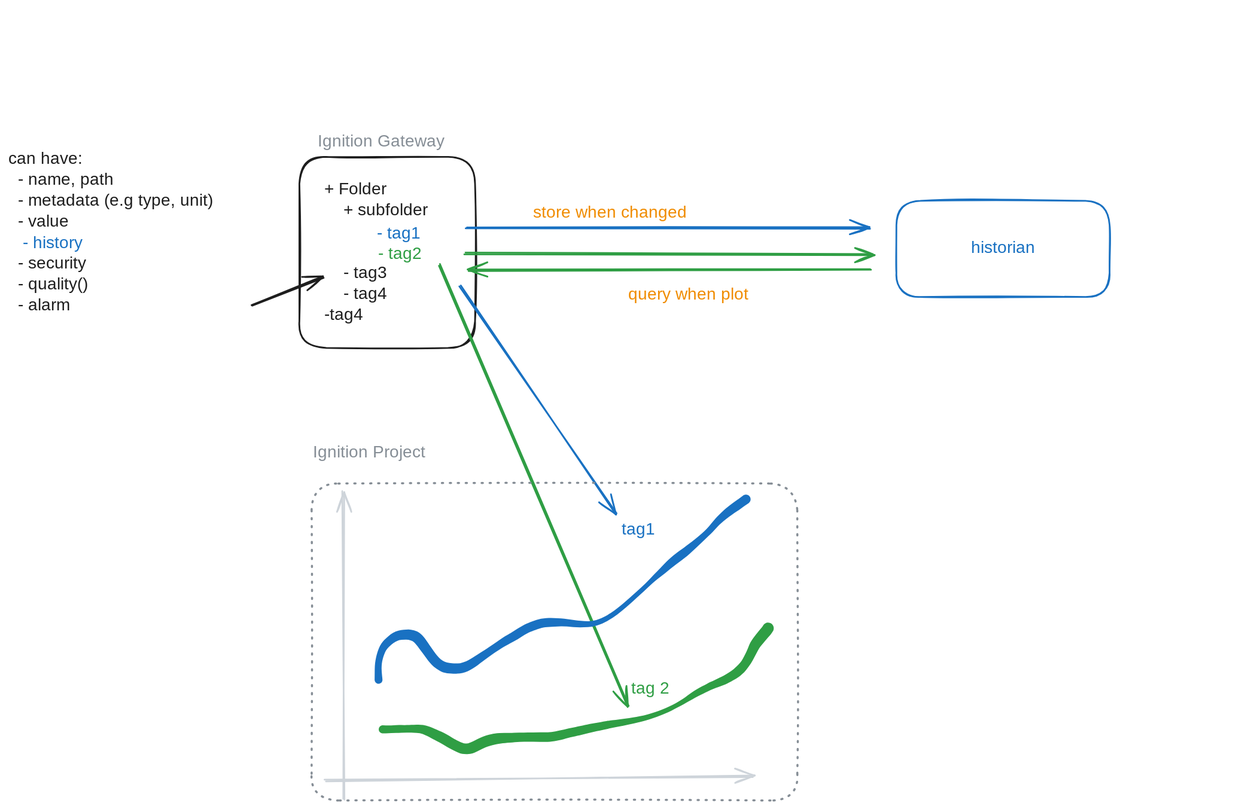
Mustry-Solutions/factry-historian-ignition-module keeps this Excalidraw diagram as docs/tags.excalidraw.svg. Above is the earlier version. Source tidied: one line per element, renumbered; positions are measured from the earlier drawing's top-left corner, leaving out a move shared by most shapes.
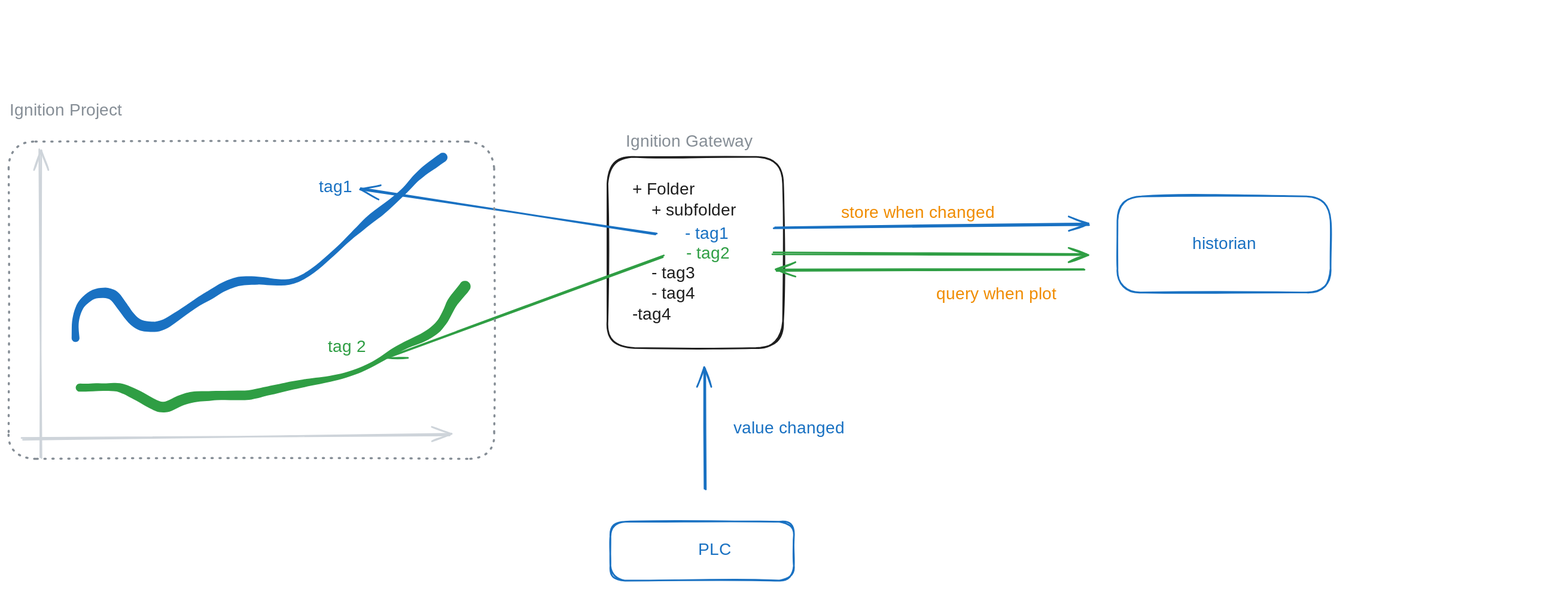
The same diagram one commit later.

The edit, as a diff of the source:
```diff
@@ -1,25 +1,26 @@
 {"id": 0, "type": "rectangle", "strokeColor": "#1e1e1e", "strokeWidth": 2, "roughness": 1, "round": true, "x": 347, "y": 30, "width": 210, "height": 228}
 {"id": 1, "type": "text", "text": "+ Folder\n    + subfolder\n\n\n    - tag3\n    - tag4\n-tag4", "strokeColor": "#1e1e1e", "strokeWidth": 2, "roughness": 1, "fontSize": 20, "fontFamily": 5, "x": 377, "y": 57, "width": 141, "height": 175}
-{"id": 2, "type": "arrow", "strokeColor": "#1e1e1e", "strokeWidth": 2, "roughness": 1, "endArrowhead": "arrow", "round": true, "from": 3, "to": 1, "x": 290, "y": 207, "width": 86, "height": 33, "points": [[0, 0], [86, -33]]}
-{"id": 3, "type": "text", "text": "can have:\n  - name, path\n  - metadata (e.g type, unit)\n  - value\n  \n  - security\n  - quality()\n  - alarm\n", "strokeColor": "#1e1e1e", "strokeWidth": 2, "roughness": 1, "fontSize": 20, "fontFamily": 5, "x": 0, "y": 21, "width": 279, "height": 225}
-{"id": 4, "type": "text", "text": "- history", "strokeColor": "#1971c2", "strokeWidth": 2, "roughness": 1, "fontSize": 20, "fontFamily": 5, "x": 17, "y": 121, "width": 85, "height": 25}
-{"id": 5, "type": "arrow", "strokeColor": "#1971c2", "strokeWidth": 2, "roughness": 1, "endArrowhead": "arrow", "round": true, "from": 1, "x": 547, "y": 115, "width": 481, "height": 0, "points": [[0, 0], [481, 0]]}
+{"id": 5, "type": "arrow", "strokeColor": "#1971c2", "strokeWidth": 2, "roughness": 1, "endArrowhead": "arrow", "round": true, "from": 1, "x": 547, "y": 115, "width": 375, "height": 4, "points": [[0, 0], [375, -4]]}
 {"id": 6, "type": "text", "text": "store when changed", "strokeColor": "#f08c00", "strokeWidth": 2, "roughness": 1, "fontSize": 20, "fontFamily": 5, "x": 627, "y": 85, "width": 192, "height": 25}
-{"id": 7, "type": "rectangle", "strokeColor": "#1971c2", "strokeWidth": 2, "roughness": 1, "round": true, "x": 1060, "y": 82, "width": 255, "height": 115}
+{"id": 7, "type": "rectangle", "strokeColor": "#1971c2", "strokeWidth": 2, "roughness": 1, "round": true, "x": 957, "y": 77, "width": 255, "height": 115}
-{"id": 8, "type": "text", "text": "historian", "strokeColor": "#1971c2", "strokeWidth": 2, "roughness": 1, "fontSize": 20, "fontFamily": 5, "textAlign": "center", "verticalAlign": "middle", "inside": 7, "x": 1145, "y": 127, "width": 86, "height": 25}
+{"id": 8, "type": "text", "text": "historian", "strokeColor": "#1971c2", "strokeWidth": 2, "roughness": 1, "fontSize": 20, "fontFamily": 5, "textAlign": "center", "verticalAlign": "middle", "inside": 7, "x": 1041, "y": 122, "width": 86, "height": 25}
-{"id": 9, "type": "arrow", "strokeColor": "#1971c2", "strokeWidth": 2, "roughness": 1, "endArrowhead": "arrow", "round": true, "from": 1, "to": 19, "x": 539, "y": 185, "width": 186, "height": 271, "points": [[0, 0], [186, 271]]}
+{"id": 9, "type": "arrow", "strokeColor": "#1971c2", "strokeWidth": 2, "roughness": 1, "endArrowhead": "arrow", "round": true, "from": 1, "to": 19, "x": 405, "y": 123, "width": 353, "height": 55, "points": [[0, 0], [-353, -55]]}
-{"id": 10, "type": "arrow", "strokeColor": "#2f9e44", "strokeWidth": 2, "roughness": 1, "endArrowhead": "arrow", "round": true, "from": 15, "x": 515, "y": 159, "width": 226, "height": 528, "points": [[0, 0], [226, 528]]}
+{"id": 10, "type": "arrow", "strokeColor": "#2f9e44", "strokeWidth": 2, "roughness": 1, "endArrowhead": "arrow", "round": true, "to": 20, "x": 414, "y": 148, "width": 328, "height": 121, "points": [[0, 0], [-328, 121]]}
-{"id": 11, "type": "arrow", "strokeColor": "#2f9e44", "strokeWidth": 2, "roughness": 1, "endArrowhead": "arrow", "round": true, "from": 1, "x": 546, "y": 145, "width": 487, "height": 2, "points": [[0, 0], [487, 2]]}
+{"id": 11, "type": "arrow", "strokeColor": "#2f9e44", "strokeWidth": 2, "roughness": 1, "endArrowhead": "arrow", "round": true, "from": 1, "x": 546, "y": 145, "width": 374, "height": 2, "points": [[0, 0], [374, 2]]}
-{"id": 12, "type": "arrow", "strokeColor": "#2f9e44", "strokeWidth": 2, "roughness": 1, "endArrowhead": "arrow", "round": true, "to": 1, "x": 1029, "y": 164, "width": 480, "height": 2, "points": [[0, 0], [-480, 2]]}
+{"id": 12, "type": "arrow", "strokeColor": "#2f9e44", "strokeWidth": 2, "roughness": 1, "endArrowhead": "arrow", "round": true, "from": 13, "to": 1, "x": 917, "y": 164, "width": 367, "height": 2, "points": [[0, 0], [-367, 2]]}
 {"id": 13, "type": "text", "text": "query when plot", "strokeColor": "#f08c00", "strokeWidth": 2, "roughness": 1, "fontSize": 20, "fontFamily": 5, "x": 740, "y": 182, "width": 252, "height": 25}
 {"id": 14, "type": "text", "text": "- tag1", "strokeColor": "#1971c2", "strokeWidth": 2, "roughness": 1, "fontSize": 20, "fontFamily": 5, "x": 440, "y": 110, "width": 58, "height": 25}
 {"id": 15, "type": "text", "text": "- tag2", "strokeColor": "#2f9e44", "strokeWidth": 2, "roughness": 1, "fontSize": 20, "fontFamily": 5, "x": 442, "y": 134, "width": 64, "height": 25}
-{"id": 16, "type": "arrow", "strokeColor": "#ced4da", "strokeWidth": 2, "roughness": 1, "endArrowhead": "arrow", "round": true, "x": 401, "y": 798, "width": 2, "height": 368, "points": [[0, 0], [-2, -368]]}
+{"id": 16, "type": "arrow", "strokeColor": "#ced4da", "strokeWidth": 2, "roughness": 1, "endArrowhead": "arrow", "round": true, "x": -329, "y": 389, "width": 2, "height": 368, "points": [[0, 0], [-2, -368]]}
-{"id": 17, "type": "arrow", "strokeColor": "#ced4da", "strokeWidth": 2, "roughness": 1, "endArrowhead": "arrow", "round": true, "x": 378, "y": 775, "width": 511, "height": 5, "points": [[0, 0], [511, -5]]}
+{"id": 17, "type": "arrow", "strokeColor": "#ced4da", "strokeWidth": 2, "roughness": 1, "endArrowhead": "arrow", "round": true, "x": -352, "y": 366, "width": 511, "height": 5, "points": [[0, 0], [511, -5]]}
-{"id": 18, "type": "freedraw", "strokeColor": "#1971c2", "strokeWidth": 2, "roughness": 1, "x": 442, "y": 655, "width": 440, "height": 217, "points": [[0, 0], [-1, -9], [3, -34], [14, -48], [24, -53], [35, -54], [46, -51], [56, -37], [67, -22], [78, -15], [95, -13], [117, -23], [139, -38], [154, -48], [172, -59], [189, -66], [211, -69], [242, -66], [286, -81], [320, -112], [337, -128], [349, -140], [363, -151], [388, -171], [405, -189], [417, -201], [430, -209], [439, -216]]}
+{"id": 18, "type": "freedraw", "strokeColor": "#1971c2", "strokeWidth": 2, "roughness": 1, "x": -288, "y": 246, "width": 440, "height": 217, "points": [[0, 0], [-1, -9], [3, -34], [14, -48], [24, -53], [35, -54], [46, -51], [56, -37], [67, -22], [78, -15], [95, -13], [117, -23], [139, -38], [154, -48], [172, -59], [189, -66], [211, -69], [242, -66], [286, -81], [320, -112], [337, -128], [349, -140], [363, -151], [388, -171], [405, -189], [417, -201], [430, -209], [439, -216]]}
-{"id": 19, "type": "text", "text": "tag1", "strokeColor": "#1971c2", "strokeWidth": 2, "roughness": 1, "fontSize": 20, "fontFamily": 5, "x": 732, "y": 463, "width": 42, "height": 25}
+{"id": 19, "type": "text", "text": "tag1", "strokeColor": "#1971c2", "strokeWidth": 2, "roughness": 1, "fontSize": 20, "fontFamily": 5, "x": 3, "y": 55, "width": 42, "height": 25}
-{"id": 20, "type": "text", "text": "tag 2", "strokeColor": "#2f9e44", "strokeWidth": 2, "roughness": 1, "fontSize": 20, "fontFamily": 5, "x": 743, "y": 654, "width": 56, "height": 25}
+{"id": 20, "type": "text", "text": "tag 2", "strokeColor": "#2f9e44", "strokeWidth": 2, "roughness": 1, "fontSize": 20, "fontFamily": 5, "x": 14, "y": 245, "width": 56, "height": 25}
-{"id": 21, "type": "freedraw", "strokeColor": "#2f9e44", "strokeWidth": 2, "roughness": 1, "x": 447, "y": 714, "width": 461, "height": 145, "points": [[0, 0], [13, 0], [40, -1], [54, 2], [67, 8], [82, 17], [96, 23], [112, 20], [128, 13], [153, 10], [179, 9], [201, 9], [227, 3], [256, -3], [292, -9], [338, -22], [370, -40], [395, -54], [415, -62], [431, -75], [441, -94], [444, -101], [449, -107], [457, -117], [460, -120]]}
+{"id": 21, "type": "freedraw", "strokeColor": "#2f9e44", "strokeWidth": 2, "roughness": 1, "x": -283, "y": 305, "width": 461, "height": 145, "points": [[0, 0], [13, 0], [40, -1], [54, 2], [67, 8], [82, 17], [96, 23], [112, 20], [128, 13], [153, 10], [179, 9], [201, 9], [227, 3], [256, -3], [292, -9], [338, -22], [370, -40], [395, -54], [415, -62], [431, -75], [441, -94], [444, -101], [449, -107], [457, -117], [460, -120]]}
-{"id": 22, "type": "rectangle", "strokeColor": "#868e96", "strokeWidth": 2, "strokeStyle": "dotted", "roughness": 1, "round": true, "x": 362, "y": 420, "width": 580, "height": 379}
+{"id": 22, "type": "rectangle", "strokeColor": "#868e96", "strokeWidth": 2, "strokeStyle": "dotted", "roughness": 1, "round": true, "x": -368, "y": 12, "width": 580, "height": 379}
 {"id": 23, "type": "text", "text": "Ignition Gateway", "strokeColor": "#868e96", "strokeWidth": 2, "strokeStyle": "dotted", "roughness": 1, "fontSize": 20, "fontFamily": 5, "x": 369, "y": 0, "width": 168, "height": 25}
-{"id": 24, "type": "text", "text": "Ignition Project", "strokeColor": "#868e96", "strokeWidth": 2, "strokeStyle": "dotted", "roughness": 1, "fontSize": 20, "fontFamily": 5, "x": 363, "y": 372, "width": 156, "height": 25}
+{"id": 24, "type": "text", "text": "Ignition Project", "strokeColor": "#868e96", "strokeWidth": 2, "strokeStyle": "dotted", "roughness": 1, "fontSize": 20, "fontFamily": 5, "x": -366, "y": -37, "width": 156, "height": 25}
+{"id": 25, "type": "rectangle", "strokeColor": "#1971c2", "strokeWidth": 2, "roughness": 1, "round": true, "x": 351, "y": 465, "width": 219, "height": 70}
+{"id": 26, "type": "text", "text": "PLC", "strokeColor": "#1971c2", "strokeWidth": 2, "roughness": 1, "fontSize": 20, "fontFamily": 5, "x": 456, "y": 487, "width": 37, "height": 25}
+{"id": 27, "type": "arrow", "strokeColor": "#1971c2", "strokeWidth": 2, "roughness": 1, "endArrowhead": "arrow", "round": true, "to": 0, "x": 465, "y": 426, "width": 0, "height": 144, "points": [[0, 0], [0, -144]]}
+{"id": 28, "type": "text", "text": "value changed", "strokeColor": "#1971c2", "strokeWidth": 2, "roughness": 1, "fontSize": 20, "fontFamily": 5, "x": 498, "y": 343, "width": 133, "height": 25}
```
